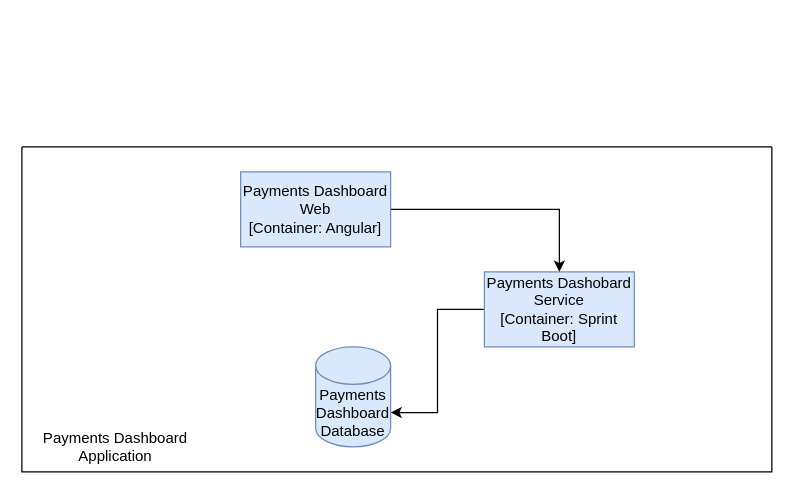
This is Payment Dashboard - Container Diagram.drawio from dinesh-i/payment-business-dashboard, a draw.io file, before an edit. Source tidied: cells renumbered, new cells numbered last; positions are measured from the earlier drawing's top-left corner, leaving out a move shared by most shapes. Both pictures are drawn from the tidied source at 125%, with x=0, y=0 at pixel (21, 146).
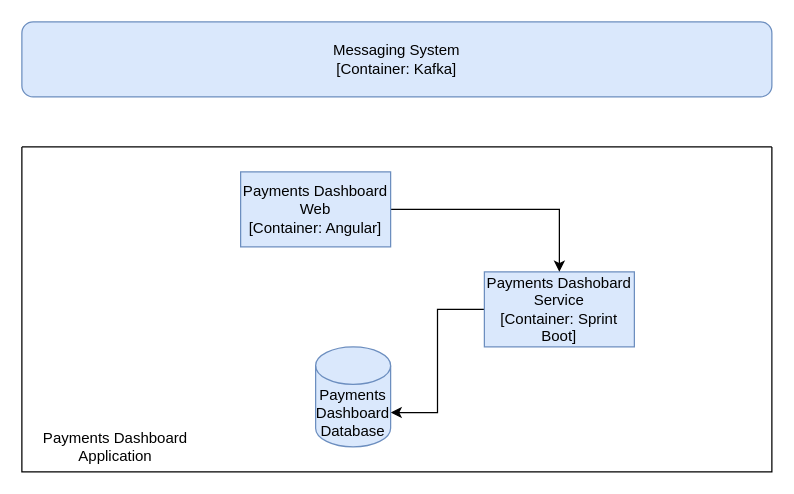
After the change.

What changed in the source:
```diff
@@
 <mxGraphModel>
   <root>
     <mxCell id="0" />
     <mxCell id="1" parent="0" />
     <mxCell id="2" style="swimlane;startSize=0;" parent="1" vertex="1">
       <mxGeometry width="600" height="260" as="geometry" />
     </mxCell>
     <mxCell id="3" style="edgeStyle=orthogonalEdgeStyle;rounded=0;jettySize=auto;html=1;entryX=1;entryY=0;entryDx=0;entryDy=52.5;entryPerimeter=0;" parent="2" edge="1" source="4" target="5">
       <mxGeometry relative="1" as="geometry" />
     </mxCell>
     <mxCell id="4" value="Payments Dashobard Service&lt;br&gt;[Container: Sprint Boot]" style="rounded=0;whiteSpace=wrap;html=1;fillColor=#dae8fc;strokeColor=#6c8ebf;" parent="2" vertex="1">
       <mxGeometry x="370" y="100" width="120" height="60" as="geometry" />
     </mxCell>
     <mxCell id="5" value="&lt;span&gt;Payments Dashboard Database&lt;/span&gt;" style="shape=cylinder3;whiteSpace=wrap;html=1;boundedLbl=1;backgroundOutline=1;size=15;fillColor=#dae8fc;strokeColor=#6c8ebf;" parent="2" vertex="1">
       <mxGeometry x="235" y="160" width="60" height="80" as="geometry" />
     </mxCell>
     <mxCell id="6" style="edgeStyle=orthogonalEdgeStyle;rounded=0;jettySize=auto;html=1;entryX=0.5;entryY=0;entryDx=0;entryDy=0;" parent="2" edge="1" source="7" target="4">
       <mxGeometry relative="1" as="geometry" />
     </mxCell>
     <mxCell id="7" value="Payments Dashboard Web&lt;br&gt;[Container: Angular]" style="rounded=0;whiteSpace=wrap;html=1;fillColor=#dae8fc;strokeColor=#6c8ebf;" parent="2" vertex="1">
       <mxGeometry x="175" y="20" width="120" height="60" as="geometry" />
     </mxCell>
     <mxCell id="8" value="Payments Dashboard Application" style="text;html=1;strokeColor=none;fillColor=none;align=center;verticalAlign=middle;whiteSpace=wrap;rounded=0;" parent="2" vertex="1">
       <mxGeometry x="10" y="230" width="130" height="20" as="geometry" />
     </mxCell>
+    <mxCell id="9" value="Messaging System&lt;br&gt;[Container: Kafka]" style="rounded=1;whiteSpace=wrap;html=1;fillColor=#dae8fc;strokeColor=#6c8ebf;" parent="1" vertex="1">
+      <mxGeometry y="-100" width="600" height="60" as="geometry" />
+    </mxCell>
   </root>
 </mxGraphModel>
```
